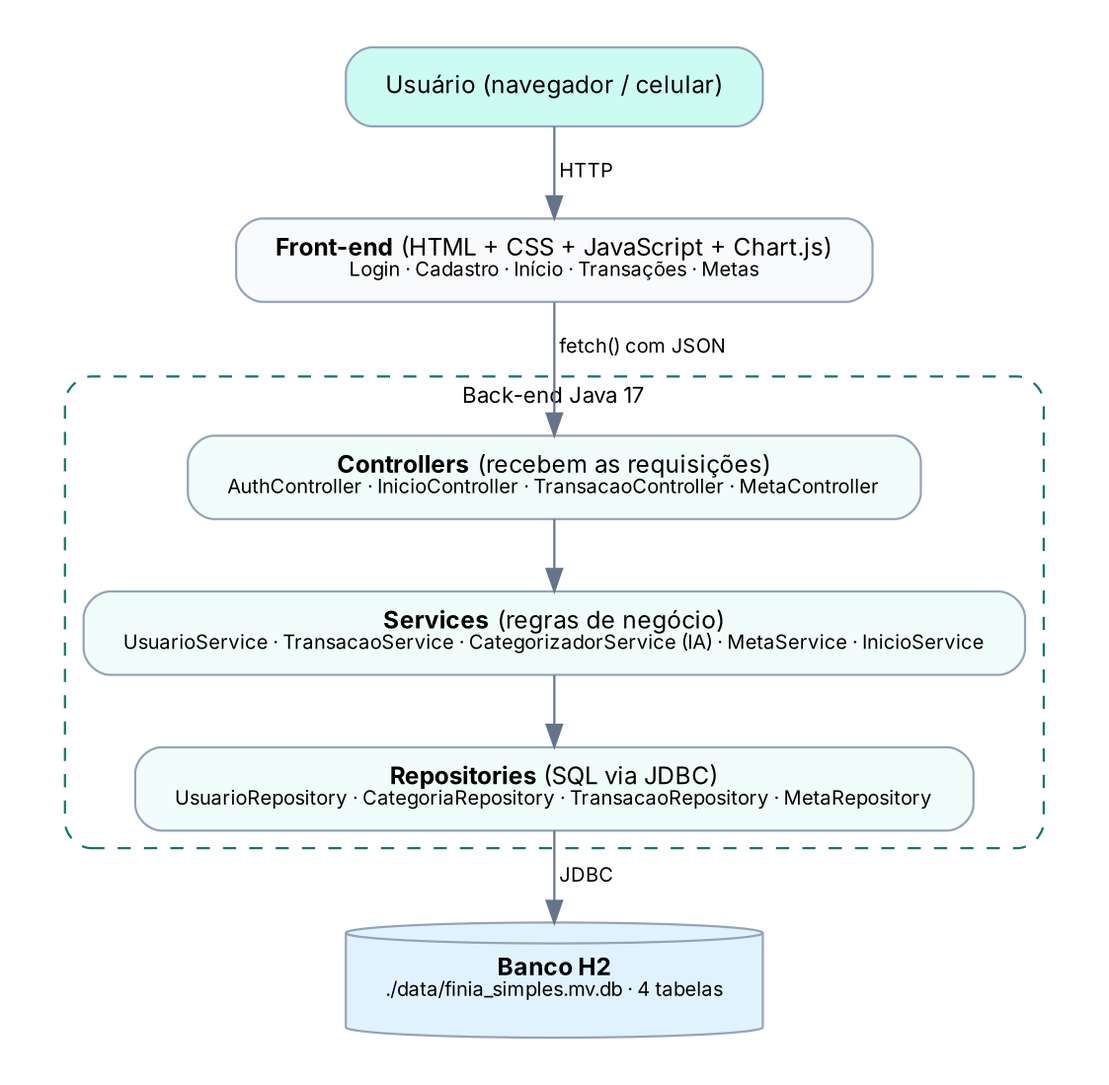
Before: docs/arquitetura.png, a diagram exported from Graphviz (gabrielleonidass/FinIA). Its source is kept beside it as docs/arquitetura.dot.
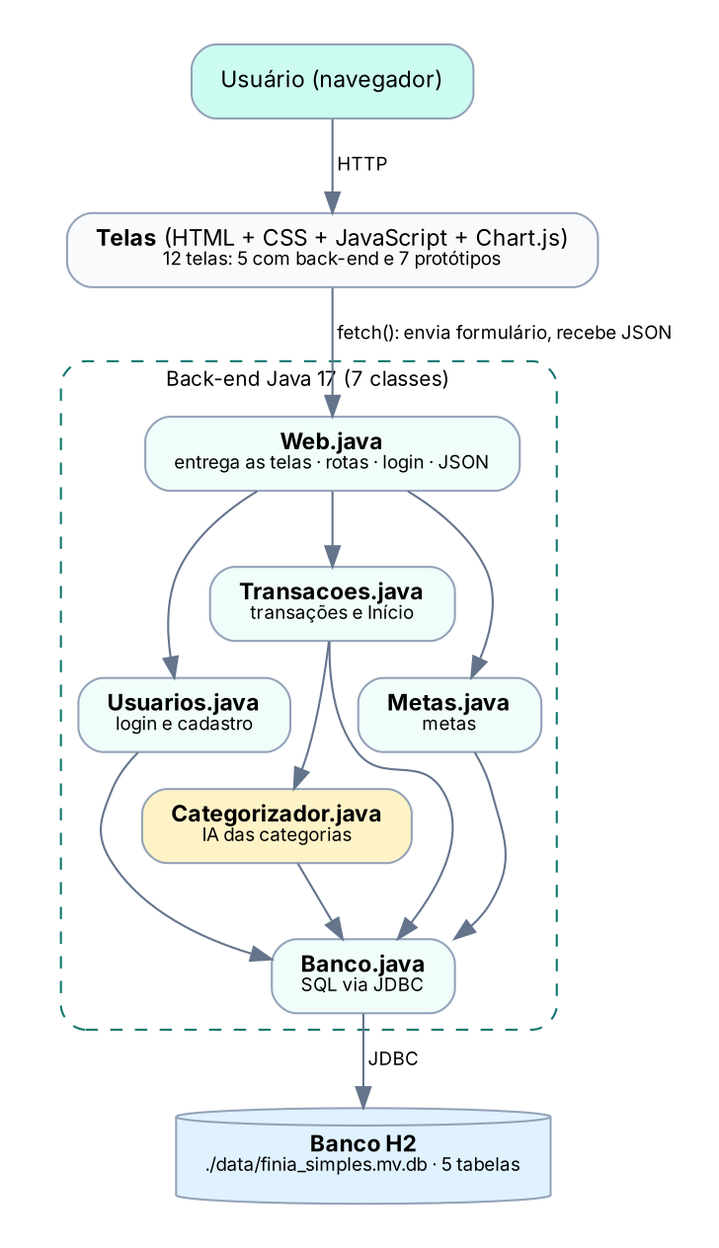
The same file after the commit.

Diff of the diagram source:
```diff
@@ -1,15 +1,21 @@
 digraph A {
-  graph [rankdir=TB, fontname="Inter", nodesep=0.5, ranksep=0.45, pad=0.3];
-  node [shape=box, style="rounded,filled", fontname="Inter", fontsize=11, color="#94a3b8", fillcolor="#f8fafc", margin="0.25,0.12"];
+  graph [rankdir=TB, fontname="Inter", nodesep=0.4, ranksep=0.5, pad=0.3];
+  node [shape=box, style="rounded,filled", fontname="Inter", fontsize=11, color="#94a3b8", fillcolor="#f8fafc", margin="0.2,0.1"];
   edge [color="#64748b", fontname="Inter", fontsize=9];
-  user [label="Usuário (navegador / celular)", fillcolor="#ccfbf1"];
-  front [label=<<b>Front-end</b> (HTML + CSS + JavaScript + Chart.js)<br/><font point-size="9">Login · Cadastro · Início · Transações · Metas</font>>];
-  ctrl [label=<<b>Controllers</b> (recebem as requisições)<br/><font point-size="9">AuthController · InicioController · TransacaoController · MetaController</font>>, fillcolor="#f0fdfa"];
-  srv [label=<<b>Services</b> (regras de negócio)<br/><font point-size="9">UsuarioService · TransacaoService · CategorizadorService (IA) · MetaService · InicioService</font>>, fillcolor="#f0fdfa"];
-  repo [label=<<b>Repositories</b> (SQL via JDBC)<br/><font point-size="9">UsuarioRepository · CategoriaRepository · TransacaoRepository · MetaRepository</font>>, fillcolor="#f0fdfa"];
-  db [label=<<b>Banco H2</b><br/><font point-size="9">./data/finia_simples.mv.db · 4 tabelas</font>>, shape=cylinder, fillcolor="#e0f2fe"];
+  user [label="Usuário (navegador)", fillcolor="#ccfbf1"];
+  front [label=<<b>Telas</b> (HTML + CSS + JavaScript + Chart.js)<br/><font point-size="9">12 telas: 5 com back-end e 7 protótipos</font>>];
+  web [label=<<b>Web.java</b><br/><font point-size="9">entrega as telas · rotas · login · JSON</font>>, fillcolor="#f0fdfa"];
+  u [label=<<b>Usuarios.java</b><br/><font point-size="9">login e cadastro</font>>, fillcolor="#f0fdfa"];
+  t [label=<<b>Transacoes.java</b><br/><font point-size="9">transações e Início</font>>, fillcolor="#f0fdfa"];
+  m [label=<<b>Metas.java</b><br/><font point-size="9">metas</font>>, fillcolor="#f0fdfa"];
+  ia [label=<<b>Categorizador.java</b><br/><font point-size="9">IA das categorias</font>>, fillcolor="#fef3c7"];
+  banco [label=<<b>Banco.java</b><br/><font point-size="9">SQL via JDBC</font>>, fillcolor="#f0fdfa"];
+  db [label=<<b>Banco H2</b><br/><font point-size="9">./data/finia_simples.mv.db · 5 tabelas</font>>, shape=cylinder, fillcolor="#e0f2fe"];
   user -> front [label=" HTTP"];
-  front -> ctrl [label=" fetch() com JSON"];
-  ctrl -> srv; srv -> repo; repo -> db [label=" JDBC"];
-  subgraph cluster_back { label="Back-end Java 17"; fontname="Inter"; fontsize=10; style="rounded,dashed"; color="#0f766e"; ctrl; srv; repo; }
+  front -> web [label=" fetch(): envia formulário, recebe JSON"];
+  web -> u; web -> t; web -> m;
+  t -> ia;
+  u -> banco; t -> banco; m -> banco; ia -> banco;
+  banco -> db [label=" JDBC"];
+  subgraph cluster_back { label="Back-end Java 17 (7 classes)"; fontname="Inter"; fontsize=10; style="rounded,dashed"; color="#0f766e"; web; u; t; m; ia; banco; }
 }
```
